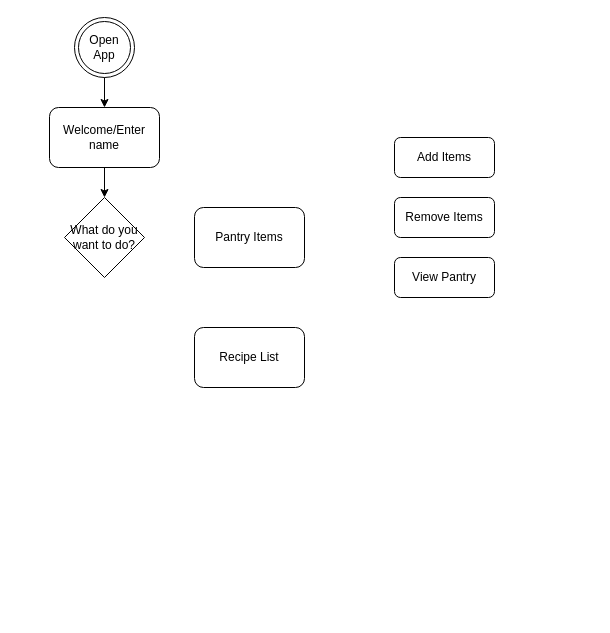
Above: flowchart.drawio in benaitcheson/coder-academy-terminal-app (draw.io), before the change. Source tidied: cells renumbered, new cells numbered last; positions are measured from the earlier drawing's top-left corner, leaving out a move shared by most shapes. Both pictures are drawn from the tidied source at 100%, with x=0, y=0 at pixel (49, 17).
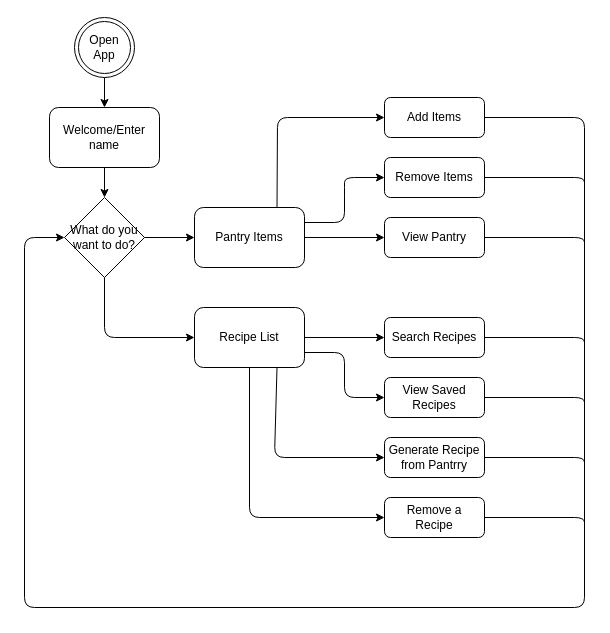
The same page after the edit.

Unchanged cells that the change refers to:
```xml
<mxCell id="6" value="What do you want to do?" style="rhombus;whiteSpace=wrap;html=1;" parent="1" vertex="1">
  <mxGeometry x="15" y="180" width="80" height="80" as="geometry" />
</mxCell>
<mxCell id="10" value="Pantry Items" style="rounded=1;whiteSpace=wrap;html=1;" parent="1" vertex="1">
  <mxGeometry x="145" y="190" width="110" height="60" as="geometry" />
</mxCell>
```

What changed in the source:
```diff
@@
     <mxCell id="7" value="Add Items" style="rounded=1;whiteSpace=wrap;html=1;" parent="1" vertex="1">
-      <mxGeometry x="345" y="120" width="100" height="40" as="geometry" />
+      <mxGeometry x="335" y="80" width="100" height="40" as="geometry" />
     </mxCell>
     <mxCell id="8" value="Remove Items" style="rounded=1;whiteSpace=wrap;html=1;" parent="1" vertex="1">
-      <mxGeometry x="345" y="180" width="100" height="40" as="geometry" />
+      <mxGeometry x="335" y="140" width="100" height="40" as="geometry" />
     </mxCell>
     <mxCell id="9" value="View Pantry" style="rounded=1;whiteSpace=wrap;html=1;" parent="1" vertex="1">
-      <mxGeometry x="345" y="240" width="100" height="40" as="geometry" />
+      <mxGeometry x="335" y="200" width="100" height="40" as="geometry" />
     </mxCell>
@@
     <mxCell id="11" value="Recipe List" style="rounded=1;whiteSpace=wrap;html=1;" parent="1" vertex="1">
-      <mxGeometry x="145" y="310" width="110" height="60" as="geometry" />
+      <mxGeometry x="145" y="290" width="110" height="60" as="geometry" />
     </mxCell>
+    <mxCell id="12" value="Search Recipes" style="rounded=1;whiteSpace=wrap;html=1;" parent="1" vertex="1">
+      <mxGeometry x="335" y="300" width="100" height="40" as="geometry" />
+    </mxCell>
+    <mxCell id="13" value="View Saved Recipes" style="rounded=1;whiteSpace=wrap;html=1;" parent="1" vertex="1">
+      <mxGeometry x="335" y="360" width="100" height="40" as="geometry" />
+    </mxCell>
+    <mxCell id="14" value="Generate Recipe from Pantrry" style="rounded=1;whiteSpace=wrap;html=1;" parent="1" vertex="1">
+      <mxGeometry x="335" y="420" width="100" height="40" as="geometry" />
+    </mxCell>
+    <mxCell id="15" value="Remove a&lt;br&gt;Recipe" style="rounded=1;whiteSpace=wrap;html=1;" parent="1" vertex="1">
+      <mxGeometry x="335" y="480" width="100" height="40" as="geometry" />
+    </mxCell>
+    <mxCell id="16" style="endArrow=classic;html=1;exitX=1;exitY=0.5;exitDx=0;exitDy=0;entryX=0;entryY=0.5;entryDx=0;entryDy=0;" parent="1" edge="1" source="6" target="10">
+      <mxGeometry relative="1" as="geometry" />
+    </mxCell>
+    <mxCell id="17" style="endArrow=classic;html=1;exitX=0.5;exitY=1;exitDx=0;exitDy=0;entryX=0;entryY=0.5;entryDx=0;entryDy=0;" parent="1" edge="1" source="6" target="11">
+      <mxGeometry relative="1" as="geometry">
+        <Array as="points">
+          <mxPoint x="55" y="320" />
+        </Array>
+      </mxGeometry>
+    </mxCell>
+    <mxCell id="18" style="endArrow=classic;html=1;exitX=1;exitY=0.5;exitDx=0;exitDy=0;entryX=0;entryY=0.5;entryDx=0;entryDy=0;" parent="1" edge="1" source="10" target="9">
+      <mxGeometry relative="1" as="geometry" />
+    </mxCell>
+    <mxCell id="19" style="endArrow=classic;html=1;exitX=1;exitY=0.25;exitDx=0;exitDy=0;entryX=0;entryY=0.5;entryDx=0;entryDy=0;" parent="1" edge="1" source="10" target="8">
+      <mxGeometry relative="1" as="geometry">
+        <Array as="points">
+          <mxPoint x="295" y="205" />
+          <mxPoint x="295" y="180" />
+          <mxPoint x="295" y="160" />
+        </Array>
+      </mxGeometry>
+    </mxCell>
+    <mxCell id="20" style="endArrow=classic;html=1;exitX=0.75;exitY=0;exitDx=0;exitDy=0;entryX=0;entryY=0.5;entryDx=0;entryDy=0;" parent="1" edge="1" source="10" target="7">
+      <mxGeometry relative="1" as="geometry">
+        <Array as="points">
+          <mxPoint x="228" y="100" />
+        </Array>
+      </mxGeometry>
+    </mxCell>
+    <mxCell id="21" style="endArrow=classic;html=1;exitX=1;exitY=0.5;exitDx=0;exitDy=0;entryX=0;entryY=0.5;entryDx=0;entryDy=0;" parent="1" edge="1" source="11" target="12">
+      <mxGeometry relative="1" as="geometry" />
+    </mxCell>
+    <mxCell id="22" style="endArrow=classic;html=1;exitX=1;exitY=0.75;exitDx=0;exitDy=0;entryX=0;entryY=0.5;entryDx=0;entryDy=0;" parent="1" edge="1" source="11" target="13">
+      <mxGeometry relative="1" as="geometry">
+        <Array as="points">
+          <mxPoint x="295" y="335" />
+          <mxPoint x="295" y="380" />
+        </Array>
+      </mxGeometry>
+    </mxCell>
+    <mxCell id="23" style="endArrow=classic;html=1;exitX=0.75;exitY=1;exitDx=0;exitDy=0;entryX=0;entryY=0.5;entryDx=0;entryDy=0;" parent="1" edge="1" source="11" target="14">
+      <mxGeometry relative="1" as="geometry">
+        <Array as="points">
+          <mxPoint x="225" y="440" />
+        </Array>
+      </mxGeometry>
+    </mxCell>
+    <mxCell id="24" style="endArrow=classic;html=1;exitX=0.5;exitY=1;exitDx=0;exitDy=0;entryX=0;entryY=0.5;entryDx=0;entryDy=0;" parent="1" edge="1" source="11" target="15">
+      <mxGeometry relative="1" as="geometry">
+        <Array as="points">
+          <mxPoint x="200" y="500" />
+        </Array>
+      </mxGeometry>
+    </mxCell>
+    <mxCell id="25" style="endArrow=classic;html=1;exitX=1;exitY=0.5;exitDx=0;exitDy=0;entryX=0;entryY=0.5;entryDx=0;entryDy=0;" parent="1" edge="1" source="7" target="6">
+      <mxGeometry relative="1" as="geometry">
+        <Array as="points">
+          <mxPoint x="535" y="100" />
+          <mxPoint x="535" y="590" />
+          <mxPoint x="-25" y="590" />
+          <mxPoint x="-25" y="220" />
+        </Array>
+      </mxGeometry>
+    </mxCell>
+    <mxCell id="26" style="endArrow=none;html=1;exitX=1;exitY=0.5;exitDx=0;exitDy=0;" parent="1" edge="1" source="8">
+      <mxGeometry relative="1" as="geometry">
+        <mxPoint x="535" y="170" as="targetPoint" />
+        <Array as="points">
+          <mxPoint x="535" y="160" />
+        </Array>
+      </mxGeometry>
+    </mxCell>
+    <mxCell id="27" style="endArrow=none;html=1;exitX=1;exitY=0.5;exitDx=0;exitDy=0;" parent="1" edge="1">
+      <mxGeometry relative="1" as="geometry">
+        <mxPoint x="435" y="220" as="sourcePoint" />
+        <mxPoint x="535" y="230" as="targetPoint" />
+        <Array as="points">
+          <mxPoint x="535" y="220" />
+        </Array>
+      </mxGeometry>
+    </mxCell>
+    <mxCell id="28" style="endArrow=none;html=1;exitX=1;exitY=0.5;exitDx=0;exitDy=0;" parent="1" edge="1">
+      <mxGeometry relative="1" as="geometry">
+        <mxPoint x="435" y="320" as="sourcePoint" />
+        <mxPoint x="535" y="330" as="targetPoint" />
+        <Array as="points">
+          <mxPoint x="535" y="320" />
+        </Array>
+      </mxGeometry>
+    </mxCell>
+    <mxCell id="29" style="endArrow=none;html=1;exitX=1;exitY=0.5;exitDx=0;exitDy=0;" parent="1" edge="1">
+      <mxGeometry relative="1" as="geometry">
+        <mxPoint x="435" y="380" as="sourcePoint" />
+        <mxPoint x="535" y="390" as="targetPoint" />
+        <Array as="points">
+          <mxPoint x="535" y="380" />
+        </Array>
+      </mxGeometry>
+    </mxCell>
+    <mxCell id="30" style="endArrow=none;html=1;exitX=1;exitY=0.5;exitDx=0;exitDy=0;" parent="1" edge="1">
+      <mxGeometry relative="1" as="geometry">
+        <mxPoint x="435" y="440" as="sourcePoint" />
+        <mxPoint x="535" y="450" as="targetPoint" />
+        <Array as="points">
+          <mxPoint x="535" y="440" />
+        </Array>
+      </mxGeometry>
+    </mxCell>
+    <mxCell id="31" style="endArrow=none;html=1;exitX=1;exitY=0.5;exitDx=0;exitDy=0;" parent="1" edge="1">
+      <mxGeometry relative="1" as="geometry">
+        <mxPoint x="435" y="500" as="sourcePoint" />
+        <mxPoint x="535" y="510" as="targetPoint" />
+        <Array as="points">
+          <mxPoint x="535" y="500" />
+        </Array>
+      </mxGeometry>
+    </mxCell>
```
